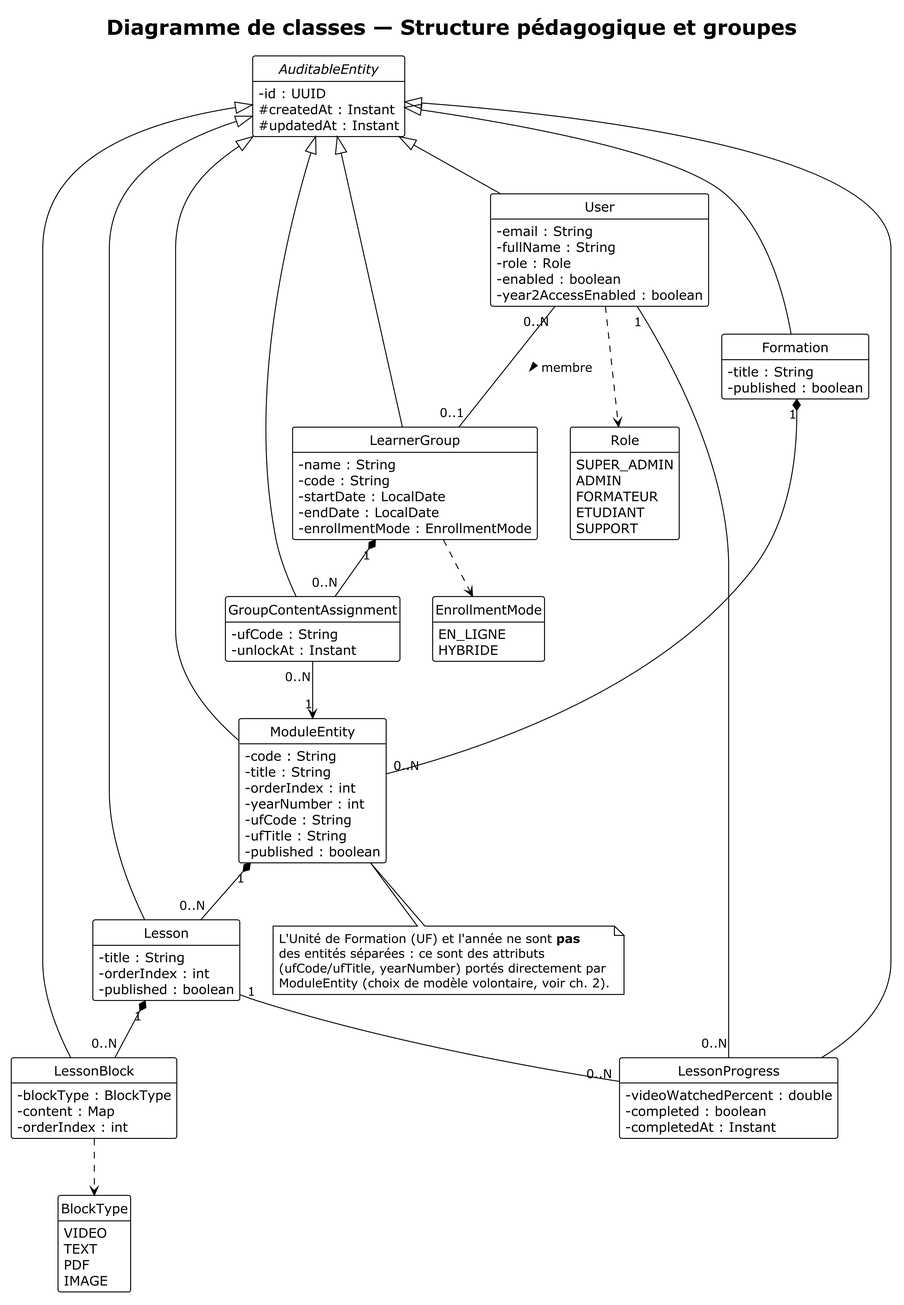
This is diagrammes/images/diagramme_classes_pedagogie.png from aminecharro01/E-learning, a PlantUML export, as it was before one commit. Its diagram source:
```plantuml
@startuml diagramme_classes_pedagogie
!theme plain
skinparam dpi 300
skinparam classAttributeIconSize 0
hide circle
hide empty members

title Diagramme de classes — Structure pédagogique et groupes

abstract class AuditableEntity {
  - id : UUID
  # createdAt : Instant
  # updatedAt : Instant
}

class User {
  - email : String
  - fullName : String
  - role : Role
  - enabled : boolean
  - year2AccessEnabled : boolean
}

class LearnerGroup {
  - name : String
  - code : String
  - startDate : LocalDate
  - endDate : LocalDate
  - enrollmentMode : EnrollmentMode
}

class GroupContentAssignment {
  - ufCode : String
  - unlockAt : Instant
}

class Formation {
  - title : String
  - published : boolean
}

class ModuleEntity {
  - code : String
  - title : String
  - orderIndex : int
  - yearNumber : int
  - ufCode : String
  - ufTitle : String
  - published : boolean
}

class Lesson {
  - title : String
  - orderIndex : int
  - published : boolean
}

class LessonBlock {
  - blockType : BlockType
  - content : Map
  - orderIndex : int
}

class LessonProgress {
  - videoWatchedPercent : double
  - completed : boolean
  - completedAt : Instant
}

enum Role {
  SUPER_ADMIN
  ADMIN
  FORMATEUR
  ETUDIANT
  SUPPORT
}

enum EnrollmentMode {
  EN_LIGNE
  HYBRIDE
}

enum BlockType {
  VIDEO
  TEXT
  PDF
  IMAGE
}

AuditableEntity <|-- User
AuditableEntity <|-- LearnerGroup
AuditableEntity <|-- GroupContentAssignment
AuditableEntity <|-- Formation
AuditableEntity <|-- ModuleEntity
AuditableEntity <|-- Lesson
AuditableEntity <|-- LessonBlock
AuditableEntity <|-- LessonProgress

User ..> Role
LearnerGroup ..> EnrollmentMode
LessonBlock ..> BlockType

User "0..N" -- "0..1" LearnerGroup : membre >
LearnerGroup "1" *-- "0..N" GroupContentAssignment
GroupContentAssignment "0..N" --> "1" ModuleEntity

Formation "1" *-- "0..N" ModuleEntity
ModuleEntity "1" *-- "0..N" Lesson
Lesson "1" *-- "0..N" LessonBlock
User "1" -- "0..N" LessonProgress
Lesson "1" -- "0..N" LessonProgress

note bottom of ModuleEntity
  L'Unité de Formation (UF) et l'année ne sont **pas**
  des entités séparées : ce sont des attributs
  (ufCode/ufTitle, yearNumber) portés directement par
  ModuleEntity (choix de modèle volontaire, voir ch. 2).
end note

@enduml
```
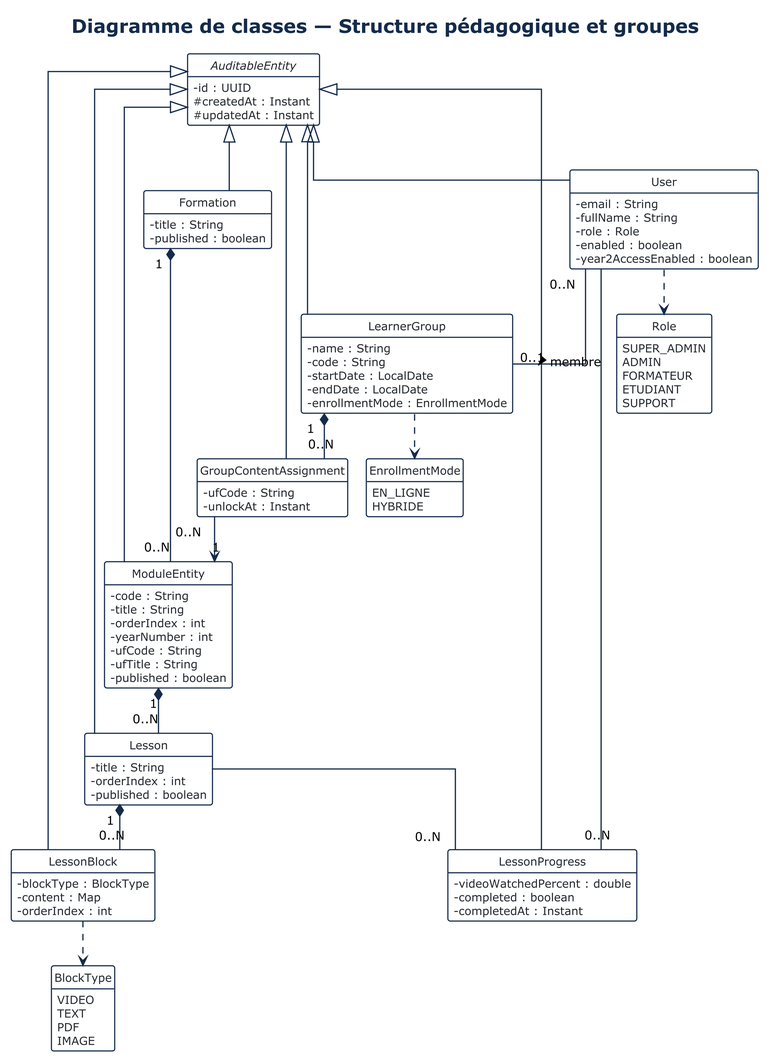
Above is the later version.

Commit message:
Apply the ensemble diagram's style to the 3 detailed class diagrams

Change to the diagram source:
```diff
@@ -1,9 +1,34 @@
 @startuml diagramme_classes_pedagogie
 !theme plain
+
 skinparam dpi 300
+skinparam shadowing false
 skinparam classAttributeIconSize 0
+skinparam linetype ortho
 hide circle
 hide empty members
+
+skinparam nodesep 20
+skinparam ranksep 48
+
+skinparam class {
+    BackgroundColor White
+    BorderColor #142B4B
+    BorderThickness 1.2
+    ArrowColor #142B4B
+    ArrowThickness 1.3
+    FontColor #142B4B
+    FontStyle Bold
+    AttributeFontColor #23282F
+    AttributeFontStyle Normal
+    AttributeFontSize 12
+}
+
+skinparam title {
+    FontColor #142B4B
+    FontSize 20
+    FontStyle Bold
+}
 
 title Diagramme de classes — Structure pédagogique et groupes
 
@@ -107,14 +132,7 @@
 Formation "1" *-- "0..N" ModuleEntity
 ModuleEntity "1" *-- "0..N" Lesson
 Lesson "1" *-- "0..N" LessonBlock
-User "1" -- "0..N" LessonProgress
-Lesson "1" -- "0..N" LessonProgress
-
-note bottom of ModuleEntity
-  L'Unité de Formation (UF) et l'année ne sont **pas**
-  des entités séparées : ce sont des attributs
-  (ufCode/ufTitle, yearNumber) portés directement par
-  ModuleEntity (choix de modèle volontaire, voir ch. 2).
-end note
+User -- "0..N" LessonProgress
+Lesson -- "0..N" LessonProgress
 
 @enduml
```
